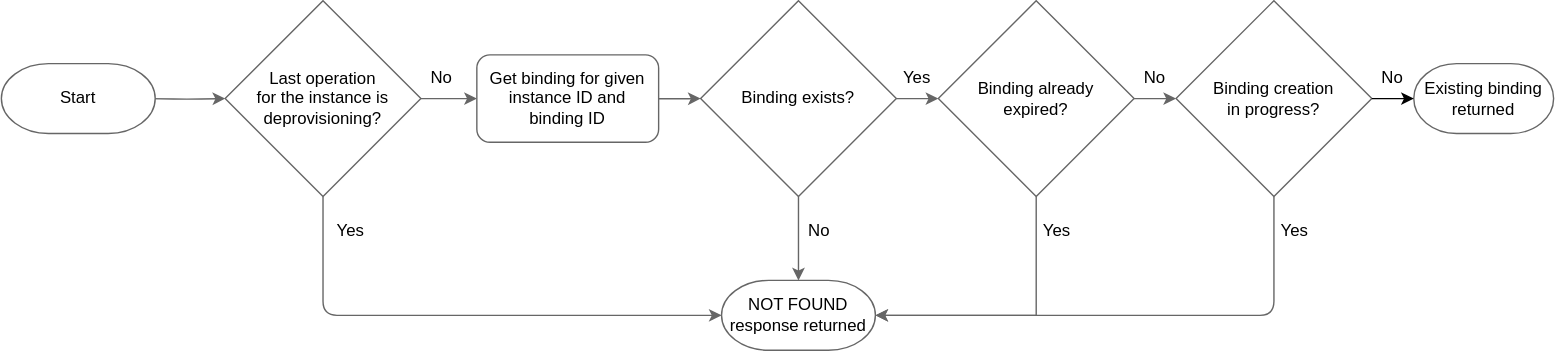
Above: docs/assets/bindings-get-flow.drawio.svg in kyma-project/kyma-environment-broker (draw.io), before the change. Source tidied: cells renumbered, new cells last; positions are measured from the earlier drawing's top-left corner, leaving out a move shared by most shapes.
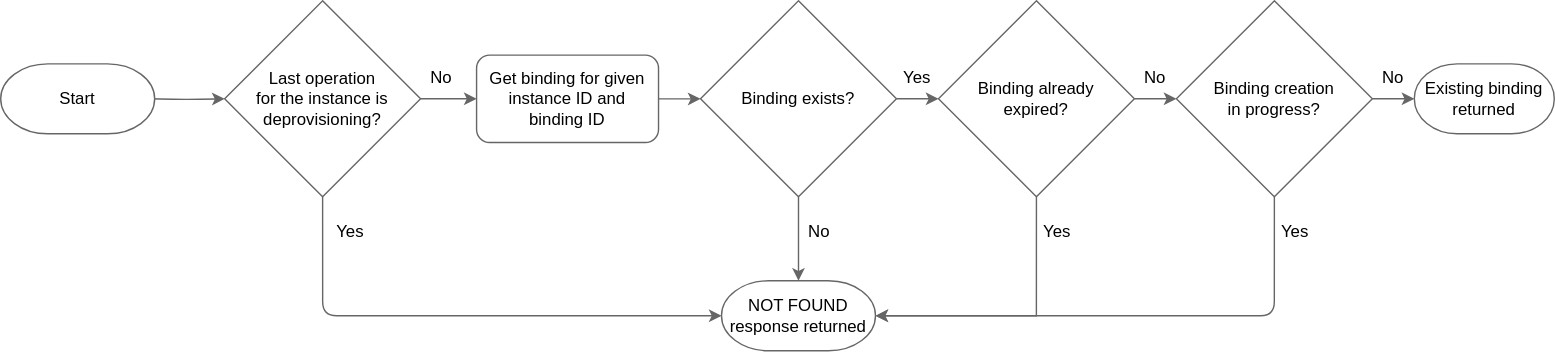
Later version of the same file.

What changed in the source:
```diff
@@ -85,7 +85,7 @@
     <mxCell id="28" value="Yes" style="text;html=1;align=center;verticalAlign=middle;whiteSpace=wrap;rounded=0;fontColor=#000000;" parent="1" vertex="1">
       <mxGeometry x="640" y="40" width="30" height="30" as="geometry" />
     </mxCell>
-    <mxCell id="29" style="edgeStyle=orthogonalEdgeStyle;rounded=0;jettySize=auto;html=1;exitX=1;exitY=0.5;exitDx=0;exitDy=0;entryX=0;entryY=0.5;entryDx=0;entryDy=0;entryPerimeter=0;" parent="1" edge="1" source="6" target="21">
+    <mxCell id="29" style="edgeStyle=orthogonalEdgeStyle;rounded=1;jettySize=auto;html=1;exitX=1;exitY=0.5;exitDx=0;exitDy=0;entryX=0;entryY=0.5;entryDx=0;entryDy=0;entryPerimeter=0;curved=0;strokeColor=#666666;" parent="1" edge="1" source="6" target="21">
       <mxGeometry relative="1" as="geometry" />
     </mxCell>
   </root>
```
